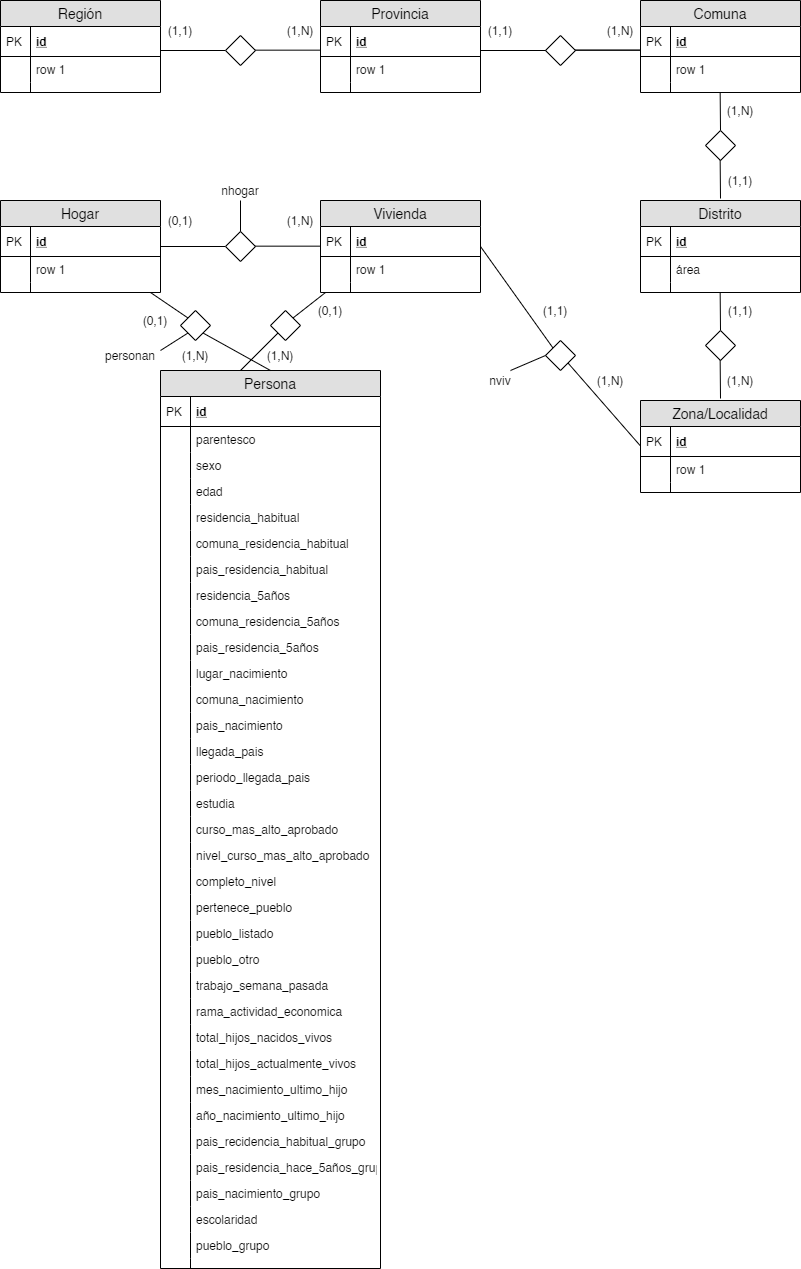
geraldbustosm/censo_etl keeps this draw.io diagram as censo.png. Above is the earlier version. Source tidied: cells renumbered, new cells last; positions are measured from the earlier drawing's top-left corner, leaving out a move shared by most shapes.
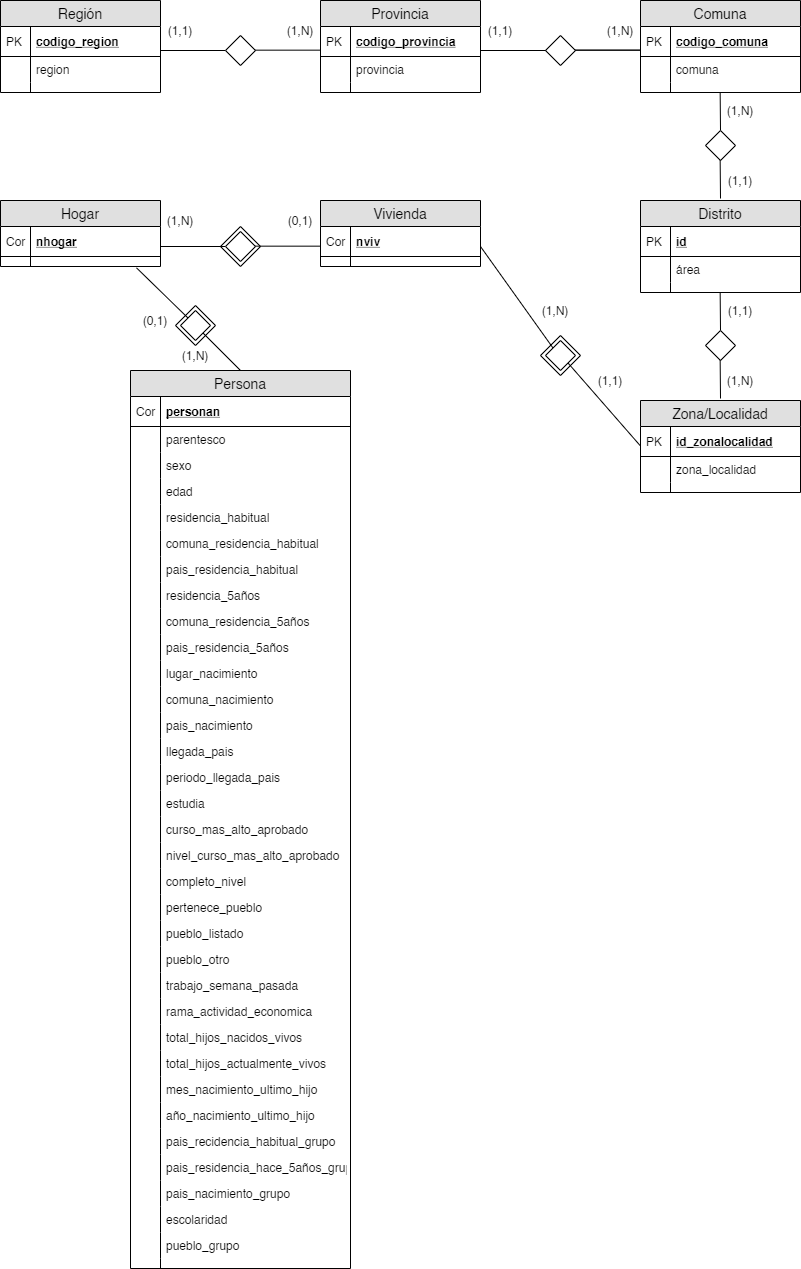
The same diagram one commit later.

Commit message:
replace der

What changed in the source:
```diff
@@ -4,2 +4,11 @@
     <mxCell id="1" parent="0" />
+    <mxCell id="168" style="rhombus;whiteSpace=wrap;html=1;" parent="1" vertex="1">
+      <mxGeometry x="175" y="305" width="40" height="40" as="geometry" />
+    </mxCell>
+    <mxCell id="169" style="rhombus;whiteSpace=wrap;html=1;" parent="1" vertex="1">
+      <mxGeometry x="220" y="226" width="40" height="40" as="geometry" />
+    </mxCell>
+    <mxCell id="170" style="rhombus;whiteSpace=wrap;html=1;" parent="1" vertex="1">
+      <mxGeometry x="540" y="335" width="40" height="40" as="geometry" />
+    </mxCell>
     <mxCell id="2" value="Región" style="swimlane;fontStyle=0;horizontal=1;startSize=26;fillColor=#e0e0e0;swimlaneFillColor=#ffffff;align=center;fontSize=14;" parent="1" vertex="1">
@@ -7,3 +16,3 @@
     </mxCell>
-    <mxCell id="3" value="id" style="shape=partialRectangle;top=0;left=0;right=0;bottom=1;align=left;verticalAlign=middle;fillColor=none;spacingLeft=34;spacingRight=4;overflow=hidden;fontStyle=5;fontSize=12;" parent="2" vertex="1">
+    <mxCell id="3" value="codigo_region" style="shape=partialRectangle;top=0;left=0;right=0;bottom=1;align=left;verticalAlign=middle;fillColor=none;spacingLeft=34;spacingRight=4;overflow=hidden;fontStyle=5;fontSize=12;" parent="2" vertex="1">
       <mxGeometry y="26" width="160" height="30" as="geometry" />
@@ -13,3 +22,3 @@
     </mxCell>
-    <mxCell id="5" value="row 1" style="shape=partialRectangle;top=0;left=0;right=0;bottom=0;align=left;verticalAlign=top;fillColor=none;spacingLeft=34;spacingRight=4;overflow=hidden;fontSize=12;" parent="2" vertex="1">
+    <mxCell id="5" value="region" style="shape=partialRectangle;top=0;left=0;right=0;bottom=0;align=left;verticalAlign=top;fillColor=none;spacingLeft=34;spacingRight=4;overflow=hidden;fontSize=12;" parent="2" vertex="1">
       <mxGeometry y="56" width="160" height="26" as="geometry" />
@@ -28,3 +37,3 @@
     </mxCell>
-    <mxCell id="10" value="id" style="shape=partialRectangle;top=0;left=0;right=0;bottom=1;align=left;verticalAlign=middle;fillColor=none;spacingLeft=34;spacingRight=4;overflow=hidden;fontStyle=5;fontSize=12;" parent="9" vertex="1">
+    <mxCell id="10" value="codigo_provincia" style="shape=partialRectangle;top=0;left=0;right=0;bottom=1;align=left;verticalAlign=middle;fillColor=none;spacingLeft=34;spacingRight=4;overflow=hidden;fontStyle=5;fontSize=12;" parent="9" vertex="1">
       <mxGeometry y="26" width="160" height="30" as="geometry" />
@@ -34,3 +43,3 @@
     </mxCell>
-    <mxCell id="12" value="row 1" style="shape=partialRectangle;top=0;left=0;right=0;bottom=0;align=left;verticalAlign=top;fillColor=none;spacingLeft=34;spacingRight=4;overflow=hidden;fontSize=12;" parent="9" vertex="1">
+    <mxCell id="12" value="provincia" style="shape=partialRectangle;top=0;left=0;right=0;bottom=0;align=left;verticalAlign=top;fillColor=none;spacingLeft=34;spacingRight=4;overflow=hidden;fontSize=12;" parent="9" vertex="1">
       <mxGeometry y="56" width="160" height="26" as="geometry" />
@@ -70,3 +79,3 @@
     </mxCell>
-    <mxCell id="24" value="id" style="shape=partialRectangle;top=0;left=0;right=0;bottom=1;align=left;verticalAlign=middle;fillColor=none;spacingLeft=34;spacingRight=4;overflow=hidden;fontStyle=5;fontSize=12;" parent="23" vertex="1">
+    <mxCell id="24" value="codigo_comuna" style="shape=partialRectangle;top=0;left=0;right=0;bottom=1;align=left;verticalAlign=middle;fillColor=none;spacingLeft=34;spacingRight=4;overflow=hidden;fontStyle=5;fontSize=12;" parent="23" vertex="1">
       <mxGeometry y="26" width="160" height="30" as="geometry" />
@@ -76,3 +85,3 @@
     </mxCell>
-    <mxCell id="26" value="row 1" style="shape=partialRectangle;top=0;left=0;right=0;bottom=0;align=left;verticalAlign=top;fillColor=none;spacingLeft=34;spacingRight=4;overflow=hidden;fontSize=12;" parent="23" vertex="1">
+    <mxCell id="26" value="comuna" style="shape=partialRectangle;top=0;left=0;right=0;bottom=0;align=left;verticalAlign=top;fillColor=none;spacingLeft=34;spacingRight=4;overflow=hidden;fontSize=12;" parent="23" vertex="1">
       <mxGeometry y="56" width="160" height="26" as="geometry" />
@@ -91,3 +100,3 @@
     </mxCell>
-    <mxCell id="31" value="id" style="shape=partialRectangle;top=0;left=0;right=0;bottom=1;align=left;verticalAlign=middle;fillColor=none;spacingLeft=34;spacingRight=4;overflow=hidden;fontStyle=5;fontSize=12;" parent="30" vertex="1">
+    <mxCell id="31" value="id_zonalocalidad" style="shape=partialRectangle;top=0;left=0;right=0;bottom=1;align=left;verticalAlign=middle;fillColor=none;spacingLeft=34;spacingRight=4;overflow=hidden;fontStyle=5;fontSize=12;" parent="30" vertex="1">
       <mxGeometry y="26" width="160" height="30" as="geometry" />
@@ -97,3 +106,3 @@
     </mxCell>
-    <mxCell id="33" value="row 1" style="shape=partialRectangle;top=0;left=0;right=0;bottom=0;align=left;verticalAlign=top;fillColor=none;spacingLeft=34;spacingRight=4;overflow=hidden;fontSize=12;" parent="30" vertex="1">
+    <mxCell id="33" value="zona_localidad" style="shape=partialRectangle;top=0;left=0;right=0;bottom=0;align=left;verticalAlign=top;fillColor=none;spacingLeft=34;spacingRight=4;overflow=hidden;fontSize=12;" parent="30" vertex="1">
       <mxGeometry y="56" width="160" height="26" as="geometry" />
@@ -110,18 +119,12 @@
     <mxCell id="37" value="Vivienda" style="swimlane;fontStyle=0;horizontal=1;startSize=26;fillColor=#e0e0e0;swimlaneFillColor=#ffffff;align=center;fontSize=14;" parent="1" vertex="1">
-      <mxGeometry x="320" y="200" width="160" height="92" as="geometry" />
+      <mxGeometry x="320" y="200" width="160" height="66" as="geometry" />
     </mxCell>
-    <mxCell id="38" value="id" style="shape=partialRectangle;top=0;left=0;right=0;bottom=1;align=left;verticalAlign=middle;fillColor=none;spacingLeft=34;spacingRight=4;overflow=hidden;fontStyle=5;fontSize=12;" parent="37" vertex="1">
+    <mxCell id="38" value="nviv" style="shape=partialRectangle;top=0;left=0;right=0;bottom=1;align=left;verticalAlign=middle;fillColor=none;spacingLeft=34;spacingRight=4;overflow=hidden;fontStyle=5;fontSize=12;" parent="37" vertex="1">
       <mxGeometry y="26" width="160" height="30" as="geometry" />
     </mxCell>
-    <mxCell id="39" value="PK" style="shape=partialRectangle;top=0;left=0;bottom=0;fillColor=none;align=left;verticalAlign=middle;spacingLeft=4;spacingRight=4;overflow=hidden;fontSize=12;" parent="38" vertex="1">
+    <mxCell id="39" value="Cor" style="shape=partialRectangle;top=0;left=0;bottom=0;fillColor=none;align=left;verticalAlign=middle;spacingLeft=4;spacingRight=4;overflow=hidden;fontSize=12;" parent="38" vertex="1">
       <mxGeometry width="30" height="30" as="geometry" />
     </mxCell>
-    <mxCell id="40" value="row 1" style="shape=partialRectangle;top=0;left=0;right=0;bottom=0;align=left;verticalAlign=top;fillColor=none;spacingLeft=34;spacingRight=4;overflow=hidden;fontSize=12;" parent="37" vertex="1">
-      <mxGeometry y="56" width="160" height="26" as="geometry" />
-    </mxCell>
-    <mxCell id="41" style="shape=partialRectangle;top=0;left=0;bottom=0;fillColor=none;align=left;verticalAlign=top;spacingLeft=4;spacingRight=4;overflow=hidden;fontSize=12;" parent="40" vertex="1">
-      <mxGeometry width="30" height="26" as="geometry" />
-    </mxCell>
     <mxCell id="42" style="shape=partialRectangle;top=0;left=0;right=0;bottom=0;align=left;verticalAlign=top;fillColor=none;spacingLeft=34;spacingRight=4;overflow=hidden;fontSize=12;" parent="37" vertex="1">
-      <mxGeometry y="82" width="160" height="10" as="geometry" />
+      <mxGeometry y="56" width="160" height="10" as="geometry" />
     </mxCell>
@@ -131,18 +134,12 @@
     <mxCell id="44" value="Hogar" style="swimlane;fontStyle=0;horizontal=1;startSize=26;fillColor=#e0e0e0;swimlaneFillColor=#ffffff;align=center;fontSize=14;" parent="1" vertex="1">
-      <mxGeometry y="200" width="160" height="92" as="geometry" />
+      <mxGeometry y="200" width="160" height="66" as="geometry" />
     </mxCell>
-    <mxCell id="45" value="id" style="shape=partialRectangle;top=0;left=0;right=0;bottom=1;align=left;verticalAlign=middle;fillColor=none;spacingLeft=34;spacingRight=4;overflow=hidden;fontStyle=5;fontSize=12;" parent="44" vertex="1">
+    <mxCell id="45" value="nhogar" style="shape=partialRectangle;top=0;left=0;right=0;bottom=1;align=left;verticalAlign=middle;fillColor=none;spacingLeft=34;spacingRight=4;overflow=hidden;fontStyle=5;fontSize=12;" parent="44" vertex="1">
       <mxGeometry y="26" width="160" height="30" as="geometry" />
     </mxCell>
-    <mxCell id="46" value="PK" style="shape=partialRectangle;top=0;left=0;bottom=0;fillColor=none;align=left;verticalAlign=middle;spacingLeft=4;spacingRight=4;overflow=hidden;fontSize=12;" parent="45" vertex="1">
+    <mxCell id="46" value="Cor" style="shape=partialRectangle;top=0;left=0;bottom=0;fillColor=none;align=left;verticalAlign=middle;spacingLeft=4;spacingRight=4;overflow=hidden;fontSize=12;" parent="45" vertex="1">
       <mxGeometry width="30" height="30" as="geometry" />
     </mxCell>
-    <mxCell id="47" value="row 1" style="shape=partialRectangle;top=0;left=0;right=0;bottom=0;align=left;verticalAlign=top;fillColor=none;spacingLeft=34;spacingRight=4;overflow=hidden;fontSize=12;" parent="44" vertex="1">
-      <mxGeometry y="56" width="160" height="26" as="geometry" />
-    </mxCell>
-    <mxCell id="48" style="shape=partialRectangle;top=0;left=0;bottom=0;fillColor=none;align=left;verticalAlign=top;spacingLeft=4;spacingRight=4;overflow=hidden;fontSize=12;" parent="47" vertex="1">
-      <mxGeometry width="30" height="26" as="geometry" />
-    </mxCell>
     <mxCell id="49" style="shape=partialRectangle;top=0;left=0;right=0;bottom=0;align=left;verticalAlign=top;fillColor=none;spacingLeft=34;spacingRight=4;overflow=hidden;points=[[0,0.5],[1,0.5]];portConstraint=eastwest;fontSize=12;" parent="44" vertex="1">
-      <mxGeometry y="82" width="160" height="10" as="geometry" />
+      <mxGeometry y="56" width="160" height="10" as="geometry" />
     </mxCell>
@@ -152,8 +149,8 @@
     <mxCell id="51" value="Persona" style="swimlane;fontStyle=0;horizontal=1;startSize=26;fillColor=#e0e0e0;swimlaneFillColor=#ffffff;align=center;fontSize=14;" parent="1" vertex="1">
-      <mxGeometry x="160" y="370" width="220" height="898" as="geometry" />
+      <mxGeometry x="130" y="370" width="220" height="898" as="geometry" />
     </mxCell>
-    <mxCell id="52" value="id" style="shape=partialRectangle;top=0;left=0;right=0;bottom=1;align=left;verticalAlign=middle;fillColor=none;spacingLeft=34;spacingRight=4;overflow=hidden;fontStyle=5;fontSize=12;" parent="51" vertex="1">
+    <mxCell id="52" value="personan" style="shape=partialRectangle;top=0;left=0;right=0;bottom=1;align=left;verticalAlign=middle;fillColor=none;spacingLeft=34;spacingRight=4;overflow=hidden;fontStyle=5;fontSize=12;" parent="51" vertex="1">
       <mxGeometry y="26" width="220" height="30" as="geometry" />
     </mxCell>
-    <mxCell id="53" value="PK" style="shape=partialRectangle;top=0;left=0;bottom=0;fillColor=none;align=left;verticalAlign=middle;spacingLeft=4;spacingRight=4;overflow=hidden;fontSize=12;" parent="52" vertex="1">
+    <mxCell id="53" value="Cor" style="shape=partialRectangle;top=0;left=0;bottom=0;fillColor=none;align=left;verticalAlign=middle;spacingLeft=4;spacingRight=4;overflow=hidden;fontSize=12;" parent="52" vertex="1">
       <mxGeometry width="30" height="30" as="geometry" />
@@ -441,12 +438,5 @@
     </mxCell>
-    <mxCell id="138" style="endArrow=none;html=1;rounded=0;entryX=0;entryY=0;entryDx=0;entryDy=0;" parent="1" edge="1" target="140">
-      <mxGeometry relative="1" as="geometry">
-        <mxPoint x="150" y="292" as="sourcePoint" />
-      </mxGeometry>
+    <mxCell id="138" style="endArrow=none;html=1;rounded=0;entryX=0;entryY=0;entryDx=0;entryDy=0;exitX=0.85;exitY=1.133;exitDx=0;exitDy=0;exitPerimeter=0;" parent="1" edge="1" source="49" target="140">
+      <mxGeometry relative="1" as="geometry" />
     </mxCell>
-    <mxCell id="139" style="endArrow=none;html=1;rounded=0;entryX=0;entryY=0.5;entryDx=0;entryDy=0;exitX=1;exitY=0;exitDx=0;exitDy=0;" parent="1" edge="1" source="163">
-      <mxGeometry relative="1" as="geometry">
-        <mxPoint x="325" y="292" as="targetPoint" />
-      </mxGeometry>
-    </mxCell>
     <mxCell id="140" style="shape=rhombus;perimeter=rhombusPerimeter;whiteSpace=wrap;html=1;align=center;" parent="1" vertex="1">
@@ -481,12 +471,12 @@
     </mxCell>
-    <mxCell id="148" value="(0,1)" style="text;html=1;strokeColor=none;fillColor=none;align=center;verticalAlign=middle;whiteSpace=wrap;rounded=0;" parent="1" vertex="1">
+    <mxCell id="148" value="(1,N)" style="text;html=1;strokeColor=none;fillColor=none;align=center;verticalAlign=middle;whiteSpace=wrap;rounded=0;" parent="1" vertex="1">
       <mxGeometry x="160" y="210" width="40" height="20" as="geometry" />
     </mxCell>
-    <mxCell id="149" value="(1,N)" style="text;html=1;strokeColor=none;fillColor=none;align=center;verticalAlign=middle;whiteSpace=wrap;rounded=0;" parent="1" vertex="1">
+    <mxCell id="149" value="(0,1)" style="text;html=1;strokeColor=none;fillColor=none;align=center;verticalAlign=middle;whiteSpace=wrap;rounded=0;" parent="1" vertex="1">
       <mxGeometry x="280" y="210" width="40" height="20" as="geometry" />
     </mxCell>
-    <mxCell id="150" value="(1,1)&lt;span style=&quot;color: rgba(0 , 0 , 0 , 0) ; font-family: monospace ; font-size: 0px ; white-space: nowrap&quot;&gt;%3CmxGraphModel%3E%3Croot%3E%3CmxCell%20id%3D%220%22%2F%3E%3CmxCell%20id%3D%221%22%20parent%3D%220%22%2F%3E%3CmxCell%20id%3D%222%22%20value%3D%22%22%20style%3D%22endArrow%3Dnone%3Bhtml%3D1%3Brounded%3D0%3BentryX%3D0%3BentryY%3D0.5%3BentryDx%3D0%3BentryDy%3D0%3B%22%20edge%3D%221%22%20parent%3D%221%22%3E%3CmxGeometry%20relative%3D%221%22%20as%3D%22geometry%22%3E%3CmxPoint%20x%3D%22160%22%20y%3D%22286%22%20as%3D%22sourcePoint%22%2F%3E%3CmxPoint%20x%3D%22225%22%20y%3D%22286%22%20as%3D%22targetPoint%22%2F%3E%3C%2FmxGeometry%3E%3C%2FmxCell%3E%3C%2Froot%3E%3C%2FmxGraphModel%3E&lt;/span&gt;" style="text;html=1;strokeColor=none;fillColor=none;align=center;verticalAlign=middle;whiteSpace=wrap;rounded=0;" parent="1" vertex="1">
+    <mxCell id="150" value="(1,N)" style="text;html=1;strokeColor=none;fillColor=none;align=center;verticalAlign=middle;whiteSpace=wrap;rounded=0;" parent="1" vertex="1">
       <mxGeometry x="535" y="300" width="40" height="20" as="geometry" />
     </mxCell>
-    <mxCell id="151" value="(1,N)" style="text;html=1;strokeColor=none;fillColor=none;align=center;verticalAlign=middle;whiteSpace=wrap;rounded=0;" parent="1" vertex="1">
+    <mxCell id="151" value="(1,1)" style="text;html=1;strokeColor=none;fillColor=none;align=center;verticalAlign=middle;whiteSpace=wrap;rounded=0;" parent="1" vertex="1">
       <mxGeometry x="590" y="370" width="40" height="20" as="geometry" />
@@ -496,5 +486,2 @@
     </mxCell>
-    <mxCell id="153" value="(0,1)" style="text;html=1;strokeColor=none;fillColor=none;align=center;verticalAlign=middle;whiteSpace=wrap;rounded=0;" parent="1" vertex="1">
-      <mxGeometry x="310" y="300" width="40" height="20" as="geometry" />
-    </mxCell>
     <mxCell id="154" value="(1,N)" style="text;html=1;strokeColor=none;fillColor=none;align=center;verticalAlign=middle;whiteSpace=wrap;rounded=0;" parent="1" vertex="1">
@@ -502,5 +489,2 @@
     </mxCell>
-    <mxCell id="155" value="(1,N)" style="text;html=1;strokeColor=none;fillColor=none;align=center;verticalAlign=middle;whiteSpace=wrap;rounded=0;" parent="1" vertex="1">
-      <mxGeometry x="260" y="345" width="40" height="20" as="geometry" />
-    </mxCell>
     <mxCell id="156" value="(1,N)" style="text;html=1;strokeColor=none;fillColor=none;align=center;verticalAlign=middle;whiteSpace=wrap;rounded=0;" parent="1" vertex="1">
@@ -517,30 +501,2 @@
     </mxCell>
-    <mxCell id="160" value="nhogar" style="text;html=1;strokeColor=none;fillColor=none;align=center;verticalAlign=middle;whiteSpace=wrap;rounded=0;" parent="1" vertex="1">
-      <mxGeometry x="220" y="180" width="40" height="20" as="geometry" />
-    </mxCell>
-    <mxCell id="161" style="endArrow=none;html=1;entryX=0.5;entryY=1;entryDx=0;entryDy=0;exitX=0.5;exitY=0;exitDx=0;exitDy=0;" parent="1" edge="1" source="127" target="160">
-      <mxGeometry relative="1" as="geometry" />
-    </mxCell>
-    <mxCell id="162" style="endArrow=none;html=1;entryX=0;entryY=1;entryDx=0;entryDy=0;" parent="1" edge="1" target="140">
-      <mxGeometry relative="1" as="geometry">
-        <mxPoint x="160" y="350" as="sourcePoint" />
-      </mxGeometry>
-    </mxCell>
-    <mxCell id="163" style="shape=rhombus;perimeter=rhombusPerimeter;whiteSpace=wrap;html=1;align=center;" parent="1" vertex="1">
-      <mxGeometry x="270" y="310" width="30" height="30" as="geometry" />
-    </mxCell>
-    <mxCell id="164" style="endArrow=none;html=1;rounded=0;entryX=0;entryY=1;entryDx=0;entryDy=0;" parent="1" edge="1" target="163">
-      <mxGeometry relative="1" as="geometry">
-        <mxPoint x="240" y="370" as="sourcePoint" />
-      </mxGeometry>
-    </mxCell>
-    <mxCell id="165" value="personan" style="text;html=1;strokeColor=none;fillColor=none;align=center;verticalAlign=middle;whiteSpace=wrap;rounded=0;" parent="1" vertex="1">
-      <mxGeometry x="110" y="345" width="40" height="20" as="geometry" />
-    </mxCell>
-    <mxCell id="166" value="nviv" style="text;html=1;strokeColor=none;fillColor=none;align=center;verticalAlign=middle;whiteSpace=wrap;rounded=0;" parent="1" vertex="1">
-      <mxGeometry x="480" y="370" width="40" height="20" as="geometry" />
-    </mxCell>
-    <mxCell id="167" style="endArrow=none;html=1;entryX=0.75;entryY=0;entryDx=0;entryDy=0;exitX=0;exitY=0.5;exitDx=0;exitDy=0;" parent="1" edge="1" source="130" target="166">
-      <mxGeometry relative="1" as="geometry" />
-    </mxCell>
   </root>
```
